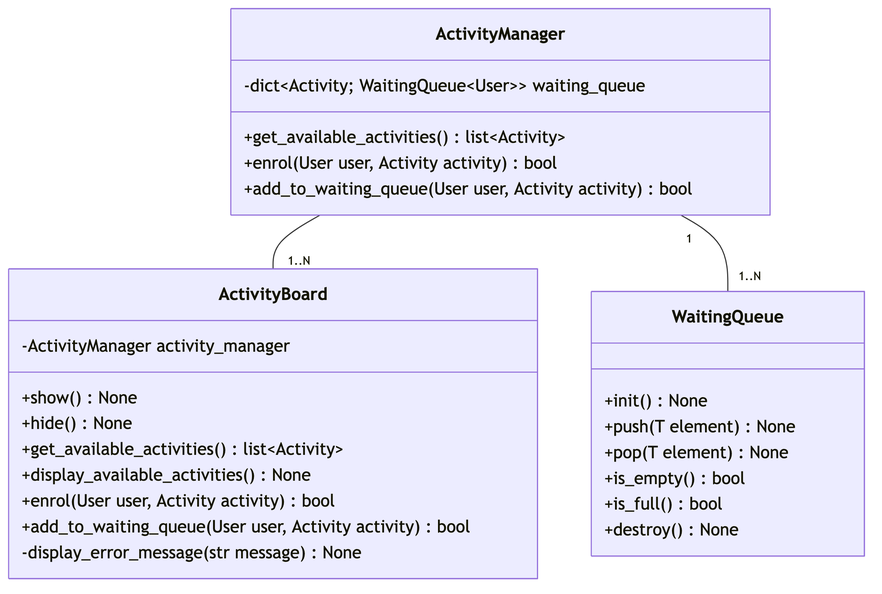
The Mermaid diagram diagrams/images/class_diagram_sprint_2.png in mldcastro/eng-soft, before a commit. Its source is kept beside it as diagrams/class_diagram_sprint_2.mmd. Source of this version:
```mermaid
classDiagram
    ActivityBoard
    ActivityManager
    WaitingQueue

    ActivityManager "1" -- "1..N" ActivityBoard
    ActivityManager "1" -- "1..N" WaitingQueue

    class ActivityBoard {
      -ActivityManager activity_manager

      +show() None
      +hide() None
      +get_available_activities() list~Activity~
      +display_available_activities() None
      +enrol(User user, Activity activity) bool
      +add_to_waiting_queue(User user, Activity activity) bool

      -display_error_message(str message) None
    }

    class ActivityManager {
      -dict~Activity; WaitingQueue~User~~ waiting_queue

      +get_available_activities() list~Activity~
      +enrol(User user, Activity activity) bool
      +add_to_waiting_queue(User user, Activity activity) bool
    }

    class WaitingQueue~T~ {
      +init() None
      +push(T element) None
      +pop(T element) None
      +is_empty() bool
      +is_full() bool
      +destroy() None
    }

```
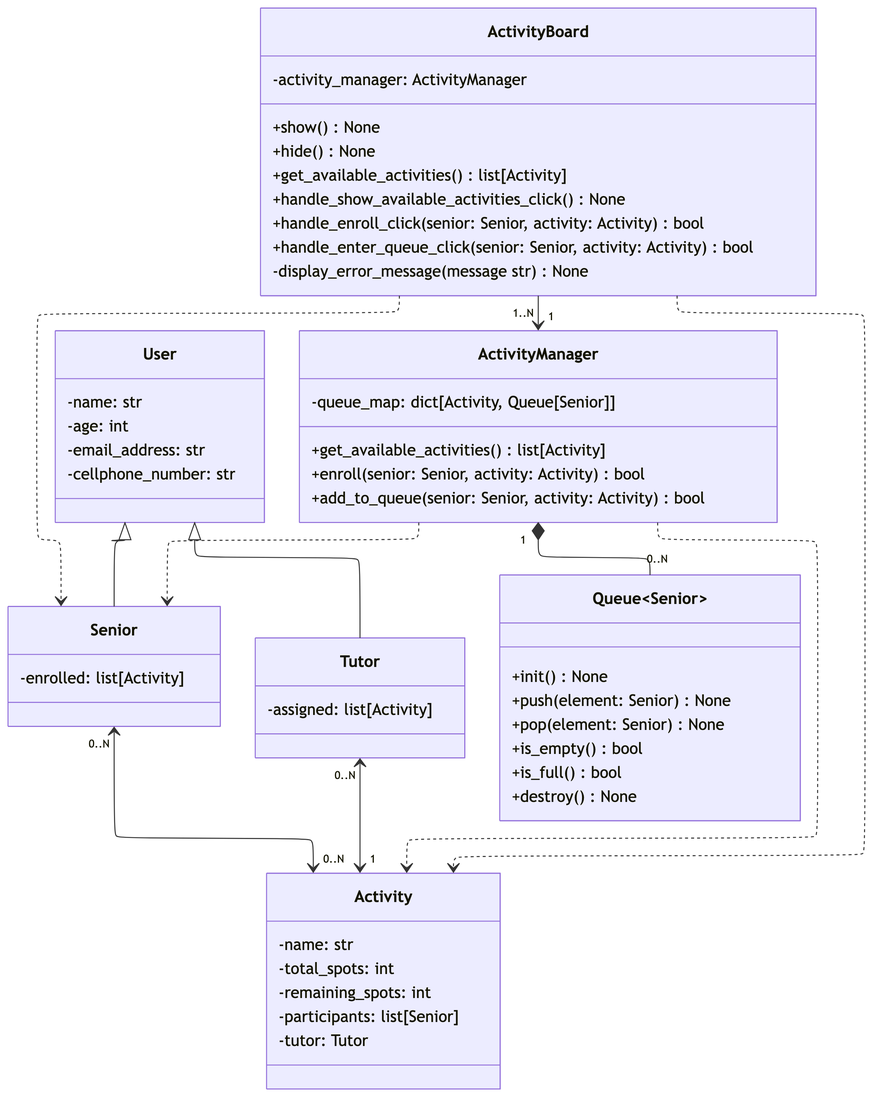
The same file after the commit.

Commit message:
[Sprint 2] Atualizar 'class_diagram_sprint_2.mmd' (#1)

* [Sprint 2] Usar o renderizador elk para evitar que rótulos de multiplicidade fiquem escondidos
* [Sprint 2] Atualizar 'class_diagram_sprint_2.mmd'
    * Adicionar classes User, Senior, Tutor e Activity
    * Usar sintaxe de Python dentro das classes
    * Renomear WaitingQueue~T~ para Queue~Senior~
    * Explicitar relacoes e multiplicidades

Diff of the diagram source:
```diff
@@ -1,38 +1,83 @@
+---
+config:
+  layout: elk
+  elk:
+    mergeEdges: false
+    nodePlacementStrategy: LINEAR_SEGMENTS
+---
 classDiagram
+    User
+    Senior
+    Tutor
+    Activity
     ActivityBoard
     ActivityManager
-    WaitingQueue
+    Queue~Senior~
 
-    ActivityManager "1" -- "1..N" ActivityBoard
-    ActivityManager "1" -- "1..N" WaitingQueue
+    User <|-- Senior
+    User <|-- Tutor
+
+    Senior "0..N" <--> "0..N" Activity
+    Tutor "0..N" <--> "1" Activity
+
+    ActivityBoard ..> Senior
+    ActivityManager ..> Senior
+    ActivityBoard ..> Activity
+    ActivityManager ..> Activity
+
+    ActivityBoard "1..N" --> "1" ActivityManager
+
+    ActivityManager "1" *-- "0..N" Queue~Senior~
+
+    class User {
+      -name: str
+      -age: int
+      -email_address: str
+      -cellphone_number: str
+    }
+
+    class Senior {
+      -enrolled: list[Activity]
+    }
+
+    class Tutor {
+      -assigned: list[Activity]
+    }
+
+    class Activity {
+      -name: str
+      -total_spots: int
+      -remaining_spots: int
+      -participants: list[Senior]
+      -tutor: Tutor
+    }
 
     class ActivityBoard {
-      -ActivityManager activity_manager
+      -activity_manager: ActivityManager
 
       +show() None
       +hide() None
-      +get_available_activities() list~Activity~
-      +display_available_activities() None
-      +enrol(User user, Activity activity) bool
-      +add_to_waiting_queue(User user, Activity activity) bool
+      +get_available_activities() list[Activity]
+      +handle_show_available_activities_click() None
+      +handle_enroll_click(senior: Senior, activity: Activity) bool
+      +handle_enter_queue_click(senior: Senior, activity: Activity) bool
 
-      -display_error_message(str message) None
+      -display_error_message(message str) None
     }
 
     class ActivityManager {
-      -dict~Activity; WaitingQueue~User~~ waiting_queue
+      -queue_map: dict[Activity, Queue[Senior]]
 
-      +get_available_activities() list~Activity~
-      +enrol(User user, Activity activity) bool
-      +add_to_waiting_queue(User user, Activity activity) bool
+      +get_available_activities() list[Activity]
+      +enroll(senior: Senior, activity: Activity) bool
+      +add_to_queue(senior: Senior, activity: Activity) bool
     }
 
-    class WaitingQueue~T~ {
+    class Queue~Senior~ {
       +init() None
-      +push(T element) None
-      +pop(T element) None
+      +push(element: Senior) None
+      +pop(element: Senior) None
       +is_empty() bool
       +is_full() bool
       +destroy() None
     }
-
```
